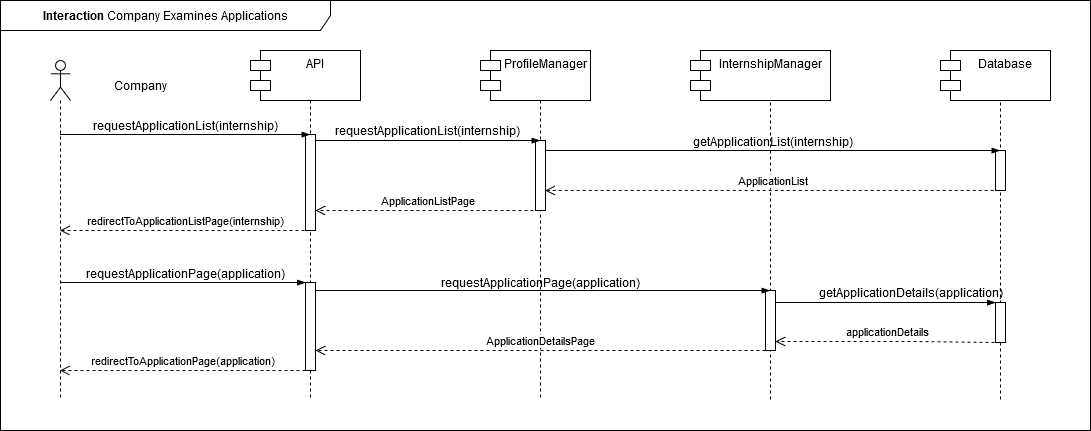
This is DD/Images/Interactions/INT13_CompanyExaminesApplications.drawio.png from edogriba/GribaldoRosa, a draw.io export, as it was before one commit. Source tidied: cells renumbered, new cells last; positions are measured from the earlier drawing's top-left corner, leaving out a move shared by most shapes.
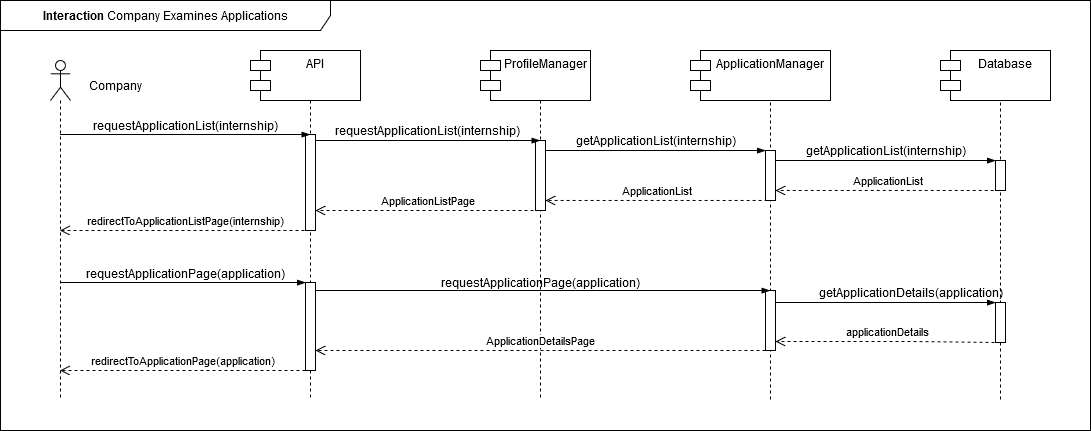
The same diagram one commit later.

Diff of the diagram source:
```diff
@@ -15,7 +15,7 @@
       <mxGeometry x="50" y="60" width="20" height="340" as="geometry" />
     </mxCell>
     <mxCell id="6" value="Company" style="text;html=1;align=center;verticalAlign=middle;strokeColor=none;fillColor=none;" parent="1" vertex="1">
-      <mxGeometry x="100" y="70" width="80" height="30" as="geometry" />
+      <mxGeometry x="75" y="70" width="80" height="30" as="geometry" />
     </mxCell>
     <mxCell id="7" style="edgeStyle=elbowEdgeStyle;fontSize=12;html=1;endArrow=blockThin;endFill=1;rounded=0;" parent="1" edge="1">
       <mxGeometry relative="1" as="geometry">
@@ -44,14 +44,14 @@
     <mxCell id="13" value="ProfileManager" style="shape=module;align=left;spacingLeft=20;align=center;verticalAlign=top;whiteSpace=wrap;html=1;" parent="1" vertex="1">
       <mxGeometry x="480" y="50" width="110" height="50" as="geometry" />
     </mxCell>
-    <mxCell id="14" value="InternshipManager" style="shape=module;align=left;spacingLeft=20;align=center;verticalAlign=top;whiteSpace=wrap;html=1;" parent="1" vertex="1">
+    <mxCell id="14" value="ApplicationManager" style="shape=module;align=left;spacingLeft=20;align=center;verticalAlign=top;whiteSpace=wrap;html=1;" parent="1" vertex="1">
       <mxGeometry x="690" y="50" width="140" height="50" as="geometry" />
     </mxCell>
     <mxCell id="15" value=":Object" style="shape=umlLifeline;perimeter=lifelinePerimeter;whiteSpace=wrap;html=1;outlineConnect=0;portConstraint=eastwest;newEdgeStyle={&quot;curved&quot;:0,&quot;rounded&quot;:0};" parent="1" vertex="1">
       <mxGeometry x="950" y="50" width="100" height="350" as="geometry" />
     </mxCell>
     <mxCell id="16" style="html=1;perimeter=orthogonalPerimeter;targetShapes=umlLifeline;newEdgeStyle={&quot;curved&quot;:0,&quot;rounded&quot;:0};" parent="15" vertex="1">
-      <mxGeometry x="45" y="100" width="10" height="40" as="geometry" />
+      <mxGeometry x="45" y="110" width="10" height="30" as="geometry" />
     </mxCell>
     <mxCell id="17" style="html=1;points=[[0,0,0,0,5],[0,1,0,0,-5],[1,0,0,0,5],[1,1,0,0,-5]];perimeter=orthogonalPerimeter;outlineConnect=0;targetShapes=umlLifeline;portConstraint=eastwest;newEdgeStyle={&quot;curved&quot;:0,&quot;rounded&quot;:0};" parent="15" vertex="1">
       <mxGeometry x="45" y="252" width="10" height="40" as="geometry" />
@@ -71,7 +71,7 @@
       </mxGeometry>
     </mxCell>
     <mxCell id="21" value="getApplicationList(internship)" style="text;html=1;align=center;verticalAlign=middle;strokeColor=none;fillColor=none;" parent="1" vertex="1">
-      <mxGeometry x="682" y="126" width="180" height="30" as="geometry" />
+      <mxGeometry x="565" y="125" width="180" height="30" as="geometry" />
     </mxCell>
     <mxCell id="22" value="redirectToApplicationListPage(internship)" style="html=1;verticalAlign=bottom;endArrow=open;dashed=1;endSize=8;curved=0;rounded=0;" parent="1" edge="1" target="5">
       <mxGeometry relative="1" as="geometry">
@@ -81,13 +81,9 @@
     <mxCell id="23" value="requestApplicationPage(application)" style="text;html=1;align=center;verticalAlign=middle;strokeColor=none;fillColor=none;" parent="1" vertex="1">
       <mxGeometry x="430" y="267" width="220" height="30" as="geometry" />
     </mxCell>
-    <mxCell id="24" value="ApplicationList" style="html=1;verticalAlign=bottom;endArrow=open;dashed=1;endSize=8;curved=0;rounded=0;" parent="1" edge="1">
+    <mxCell id="24" value="ApplicationList" style="html=1;verticalAlign=bottom;endArrow=open;dashed=1;endSize=8;curved=0;rounded=0;" parent="1" edge="1" target="37">
       <mxGeometry relative="1" as="geometry">
         <mxPoint x="999.2" y="190" as="sourcePoint" />
-        <mxPoint x="544.8" y="190" as="targetPoint" />
-        <Array as="points">
-          <mxPoint x="675.8" y="190" />
-        </Array>
       </mxGeometry>
     </mxCell>
     <mxCell id="25" value="getApplicationDetails(application)" style="text;html=1;align=center;verticalAlign=middle;strokeColor=none;fillColor=none;" parent="1" vertex="1">
@@ -132,7 +128,7 @@
         </Array>
       </mxGeometry>
     </mxCell>
-    <mxCell id="32" style="edgeStyle=elbowEdgeStyle;fontSize=12;html=1;endArrow=blockThin;endFill=1;rounded=0;elbow=vertical;" parent="1" edge="1" source="12" target="15">
+    <mxCell id="32" style="edgeStyle=elbowEdgeStyle;fontSize=12;html=1;endArrow=blockThin;endFill=1;rounded=0;elbow=vertical;" parent="1" edge="1" source="12" target="37">
       <mxGeometry x="-0.04" y="30" relative="1" as="geometry">
         <Array as="points">
           <mxPoint x="665" y="150" />
@@ -165,5 +161,25 @@
         </Array>
       </mxGeometry>
     </mxCell>
+    <mxCell id="37" style="html=1;points=[[0,0,0,0,5],[0,1,0,0,-5],[1,0,0,0,5],[1,1,0,0,-5]];perimeter=orthogonalPerimeter;outlineConnect=0;targetShapes=umlLifeline;portConstraint=eastwest;newEdgeStyle={&quot;curved&quot;:0,&quot;rounded&quot;:0};" parent="1" vertex="1">
+      <mxGeometry x="765" y="150" width="10" height="50" as="geometry" />
+    </mxCell>
+    <mxCell id="38" value="getApplicationList(internship)" style="text;html=1;align=center;verticalAlign=middle;strokeColor=none;fillColor=none;" parent="1" vertex="1">
+      <mxGeometry x="795" y="135" width="180" height="30" as="geometry" />
+    </mxCell>
+    <mxCell id="39" style="edgeStyle=elbowEdgeStyle;fontSize=12;html=1;endArrow=blockThin;endFill=1;rounded=0;elbow=vertical;" parent="1" edge="1">
+      <mxGeometry x="-0.04" y="30" relative="1" as="geometry">
+        <mxPoint x="775" y="160" as="sourcePoint" />
+        <mxPoint x="995" y="160" as="targetPoint" />
+        <Array as="points">
+          <mxPoint x="895" y="160" />
+        </Array>
+      </mxGeometry>
+    </mxCell>
+    <mxCell id="40" value="ApplicationList" style="html=1;verticalAlign=bottom;endArrow=open;dashed=1;endSize=8;curved=0;rounded=0;" parent="1" edge="1" target="12">
+      <mxGeometry relative="1" as="geometry">
+        <mxPoint x="767.1" y="200" as="sourcePoint" />
+      </mxGeometry>
+    </mxCell>
   </root>
 </mxGraphModel>
```
